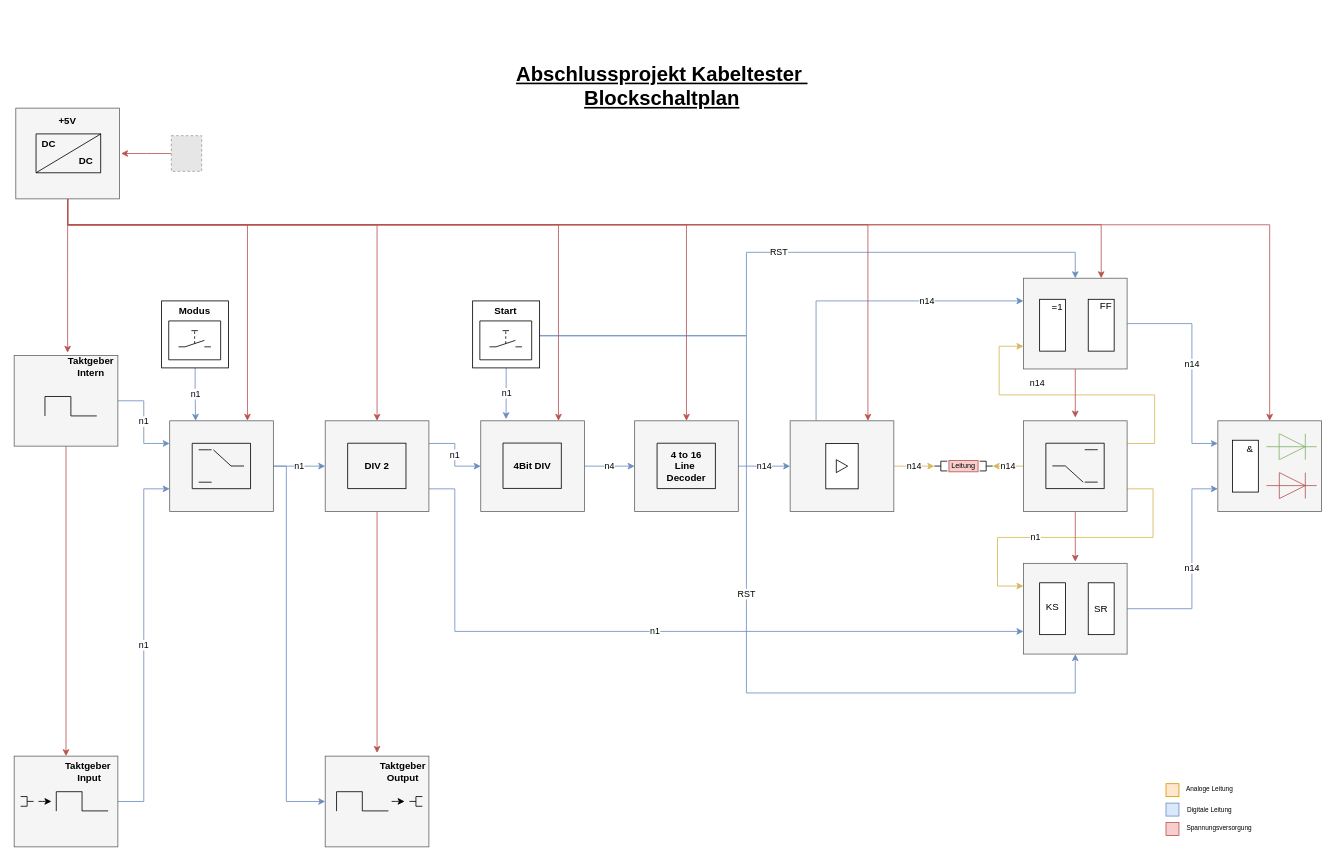
The draw.io diagram 01_Blockschaltbild/BA_Blockschaltbild.drawio in Oszimilian/Kabeltester, before the edit. Source tidied: cells renumbered, new cells numbered last; positions are measured from the earlier drawing's top-left corner, leaving out a move shared by most shapes. Both pictures are drawn from the tidied source at 81%, with x=0, y=0 at pixel (14, 14). Pictures stored in the file or linked from it are replaced by grey dashed boxes.
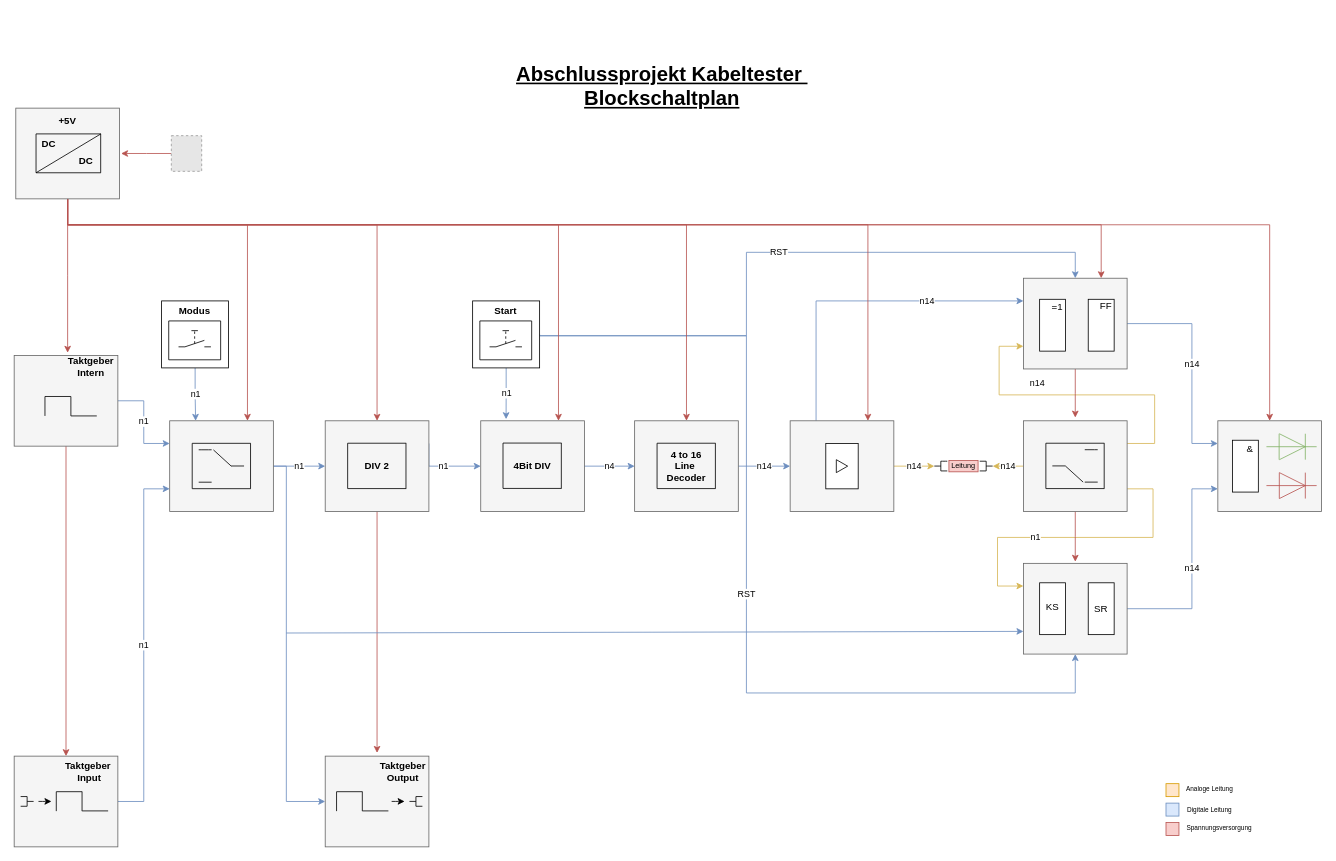
The same page after the edit.

The change refers to these unchanged cells:
```xml
<mxCell id="47" style="rounded=0;whiteSpace=wrap;html=1;fillColor=#f5f5f5;strokeColor=#666666;fontColor=#333333;" parent="1" vertex="1">
  <mxGeometry x="384" y="502" width="128" height="112" as="geometry" />
</mxCell>
<mxCell id="54" style="rounded=0;whiteSpace=wrap;html=1;fillColor=#f5f5f5;strokeColor=#666666;fontColor=#333333;" parent="1" vertex="1">
  <mxGeometry x="576" y="502" width="128" height="112" as="geometry" />
</mxCell>
<mxCell id="103" style="rounded=0;whiteSpace=wrap;html=1;fillColor=#f5f5f5;strokeColor=#666666;fontColor=#333333;" parent="1" vertex="1">
  <mxGeometry x="1246" y="678" width="128" height="112" as="geometry" />
</mxCell>
```

The edit, as a diff of the source:
```diff
@@
     <mxCell id="44" value="n1" style="edgeStyle=orthogonalEdgeStyle;rounded=0;jettySize=auto;html=1;exitX=1;exitY=0.25;exitDx=0;exitDy=0;entryX=0;entryY=0.5;entryDx=0;entryDy=0;fillColor=#dae8fc;strokeColor=#6c8ebf;" parent="1" edge="1" source="47" target="54">
-      <mxGeometry relative="1" as="geometry" />
+      <mxGeometry relative="1" as="geometry">
+        <Array as="points">
+          <mxPoint x="512" y="558" />
+        </Array>
+      </mxGeometry>
     </mxCell>
-    <mxCell id="45" value="n1" style="edgeStyle=orthogonalEdgeStyle;rounded=0;jettySize=auto;html=1;exitX=1;exitY=0.75;exitDx=0;exitDy=0;entryX=0;entryY=0.75;entryDx=0;entryDy=0;fillColor=#dae8fc;strokeColor=#6c8ebf;" parent="1" edge="1" source="47" target="103">
-      <mxGeometry relative="1" as="geometry">
-        <Array as="points">
-          <mxPoint x="544" y="586" />
-          <mxPoint x="544" y="762" />
-        </Array>
-      </mxGeometry>
-    </mxCell>
@@
+    <mxCell id="175" style="endArrow=classic;html=1;entryX=0;entryY=0.75;entryDx=0;entryDy=0;fillColor=#dae8fc;strokeColor=#6c8ebf;" parent="1" edge="1" target="103">
+      <mxGeometry relative="1" as="geometry">
+        <mxPoint x="336" y="764" as="sourcePoint" />
+      </mxGeometry>
+    </mxCell>
```
